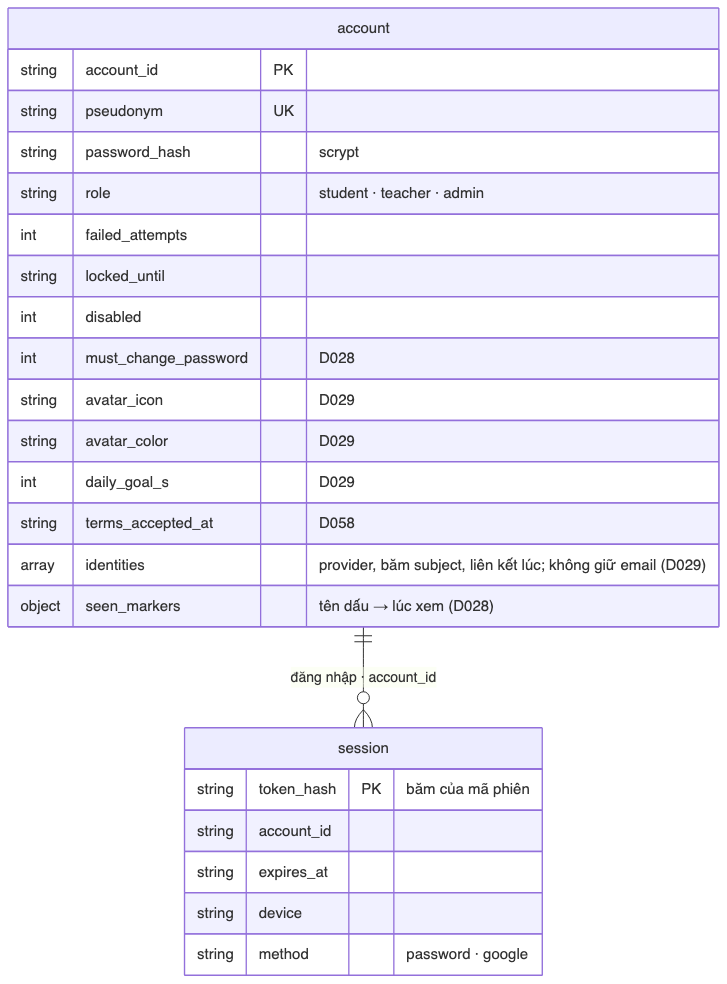
Earlier version of the Mermaid export docs/sdd/images/05c_erd_identity.png (ThanhSangLouis/ai-assessor-cefr). Its source is kept beside it as docs/sdd/diagrams/05c_erd_identity.mmd.
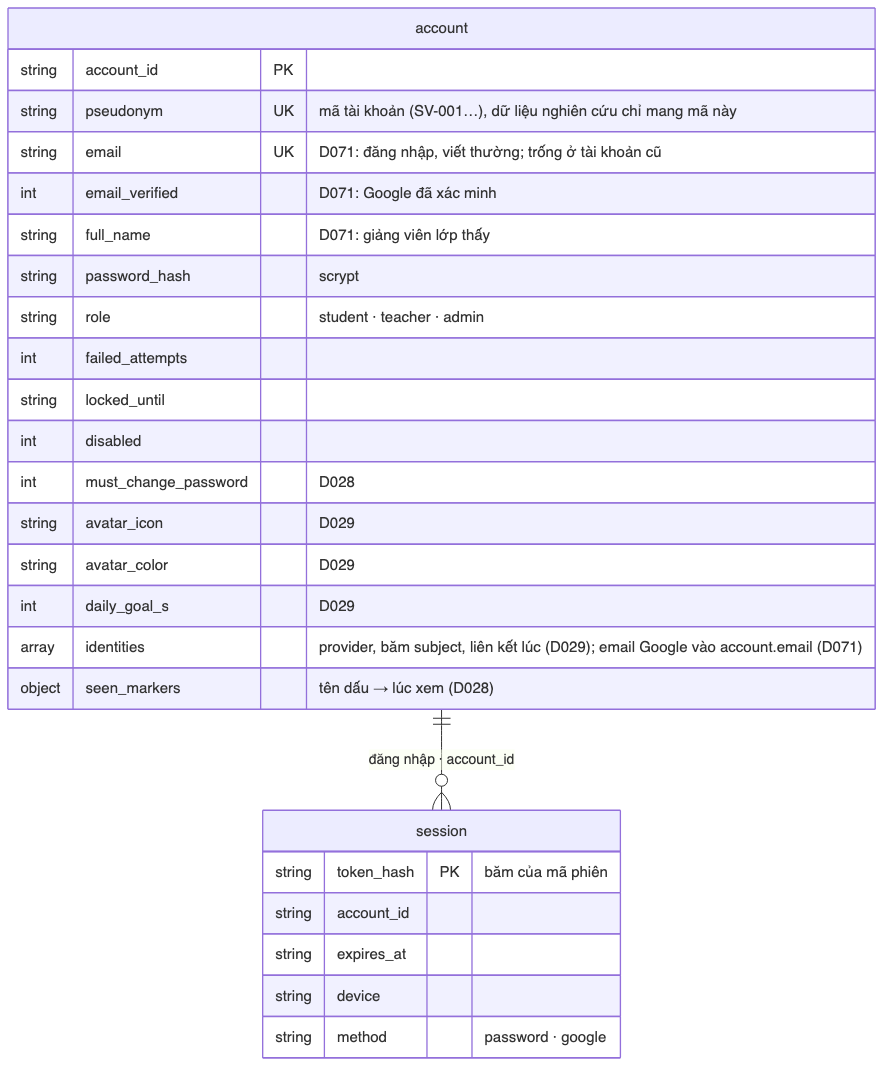
After the change.

Diff of the diagram source:
```diff
@@ -3,7 +3,10 @@
 
     account {
         string account_id PK
-        string pseudonym UK
+        string pseudonym UK "mã tài khoản (SV-001…), dữ liệu nghiên cứu chỉ mang mã này"
+        string email UK "D071: đăng nhập, viết thường; trống ở tài khoản cũ"
+        int email_verified "D071: Google đã xác minh"
+        string full_name "D071: giảng viên lớp thấy"
         string password_hash "scrypt"
         string role "student · teacher · admin"
         int failed_attempts
@@ -13,7 +16,7 @@
         string avatar_icon "D029"
         string avatar_color "D029"
         int daily_goal_s "D029"
-        array identities "provider, băm subject, liên kết lúc; không giữ email (D029)"
+        array identities "provider, băm subject, liên kết lúc (D029); email Google vào account.email (D071)"
         object seen_markers "tên dấu → lúc xem (D028)"
     }
 
```
